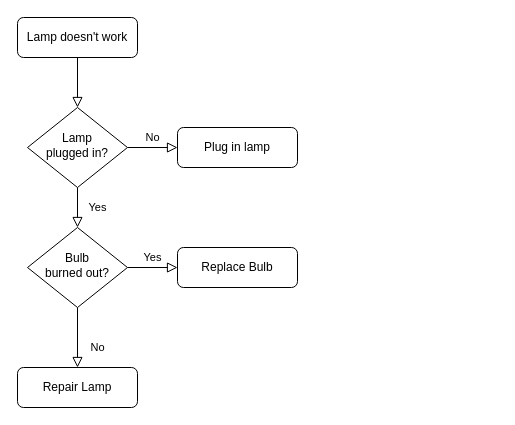
Above: 未命名绘图.drawio in ryuichi1988/DC (draw.io), before the change. Source tidied: cells renumbered, new cells numbered last; positions are measured from the earlier drawing's top-left corner, leaving out a move shared by most shapes. Both pictures are drawn from the tidied source at 100%, with x=0, y=0 at pixel (17, 17).
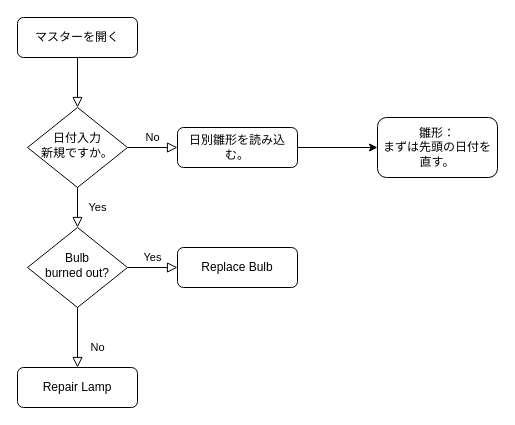
The same page after the edit.

Commit message:
更新未命名绘图.drawio

What changed in the source:
```diff
@@
 <mxGraphModel>
   <root>
     <mxCell id="0" />
     <mxCell id="1" parent="0" />
     <mxCell id="2" style="rounded=0;html=1;jettySize=auto;fontSize=11;endArrow=block;endFill=0;endSize=8;strokeWidth=1;shadow=0;labelBackgroundColor=none;edgeStyle=orthogonalEdgeStyle;" parent="1" edge="1" source="3" target="6">
       <mxGeometry relative="1" as="geometry" />
     </mxCell>
-    <mxCell id="3" value="Lamp doesn't work" style="rounded=1;whiteSpace=wrap;html=1;fontSize=12;glass=0;strokeWidth=1;shadow=0;" parent="1" vertex="1">
+    <mxCell id="3" value="マスターを開く" style="rounded=1;whiteSpace=wrap;html=1;fontSize=12;glass=0;strokeWidth=1;shadow=0;" parent="1" vertex="1">
       <mxGeometry width="120" height="40" as="geometry" />
     </mxCell>
     <mxCell id="4" value="Yes" style="rounded=0;html=1;jettySize=auto;fontSize=11;endArrow=block;endFill=0;endSize=8;strokeWidth=1;shadow=0;labelBackgroundColor=none;edgeStyle=orthogonalEdgeStyle;" parent="1" edge="1" source="6" target="10">
       <mxGeometry y="20" relative="1" as="geometry" />
     </mxCell>
     <mxCell id="5" value="No" style="edgeStyle=orthogonalEdgeStyle;rounded=0;html=1;jettySize=auto;fontSize=11;endArrow=block;endFill=0;endSize=8;strokeWidth=1;shadow=0;labelBackgroundColor=none;" parent="1" edge="1" source="6" target="7">
       <mxGeometry y="10" relative="1" as="geometry" />
     </mxCell>
-    <mxCell id="6" value="Lamp&lt;br&gt;plugged in?" style="rhombus;whiteSpace=wrap;html=1;shadow=0;fontFamily=Helvetica;fontSize=12;align=center;strokeWidth=1;spacing=6;spacingTop=-4;" parent="1" vertex="1">
+    <mxCell id="6" value="日付入力&lt;br&gt;新規ですか。" style="rhombus;whiteSpace=wrap;html=1;shadow=0;fontFamily=Helvetica;fontSize=12;align=center;strokeWidth=1;spacing=6;spacingTop=-4;" parent="1" vertex="1">
       <mxGeometry x="10" y="90" width="100" height="80" as="geometry" />
     </mxCell>
+    <mxCell id="13" style="edgeStyle=orthogonalEdgeStyle;rounded=0;jettySize=auto;html=1;" parent="1" edge="1" source="7" target="14">
+      <mxGeometry relative="1" as="geometry" />
+    </mxCell>
-    <mxCell id="7" value="Plug in lamp" style="rounded=1;whiteSpace=wrap;html=1;fontSize=12;glass=0;strokeWidth=1;shadow=0;" parent="1" vertex="1">
+    <mxCell id="7" value="日別雛形を読み込む。" style="rounded=1;whiteSpace=wrap;html=1;fontSize=12;glass=0;strokeWidth=1;shadow=0;" parent="1" vertex="1">
       <mxGeometry x="160" y="110" width="120" height="40" as="geometry" />
     </mxCell>
     <mxCell id="8" value="No" style="rounded=0;html=1;jettySize=auto;fontSize=11;endArrow=block;endFill=0;endSize=8;strokeWidth=1;shadow=0;labelBackgroundColor=none;edgeStyle=orthogonalEdgeStyle;" parent="1" edge="1" source="10" target="11">
       <mxGeometry x="0.33" y="20" relative="1" as="geometry" />
     </mxCell>
     <mxCell id="9" value="Yes" style="edgeStyle=orthogonalEdgeStyle;rounded=0;html=1;jettySize=auto;fontSize=11;endArrow=block;endFill=0;endSize=8;strokeWidth=1;shadow=0;labelBackgroundColor=none;" parent="1" edge="1" source="10" target="12">
       <mxGeometry y="10" relative="1" as="geometry" />
     </mxCell>
     <mxCell id="10" value="Bulb&lt;br&gt;burned out?" style="rhombus;whiteSpace=wrap;html=1;shadow=0;fontFamily=Helvetica;fontSize=12;align=center;strokeWidth=1;spacing=6;spacingTop=-4;" parent="1" vertex="1">
       <mxGeometry x="10" y="210" width="100" height="80" as="geometry" />
     </mxCell>
     <mxCell id="11" value="Repair Lamp" style="rounded=1;whiteSpace=wrap;html=1;fontSize=12;glass=0;strokeWidth=1;shadow=0;" parent="1" vertex="1">
       <mxGeometry y="350" width="120" height="40" as="geometry" />
     </mxCell>
     <mxCell id="12" value="Replace Bulb" style="rounded=1;whiteSpace=wrap;html=1;fontSize=12;glass=0;strokeWidth=1;shadow=0;" parent="1" vertex="1">
       <mxGeometry x="160" y="230" width="120" height="40" as="geometry" />
     </mxCell>
+    <mxCell id="14" value="雛形：&lt;br&gt;まずは先頭の日付を直す。" style="rounded=1;whiteSpace=wrap;html=1;fontSize=12;glass=0;strokeWidth=1;shadow=0;" parent="1" vertex="1">
+      <mxGeometry x="360" y="100" width="120" height="60" as="geometry" />
+    </mxCell>
   </root>
 </mxGraphModel>
```
